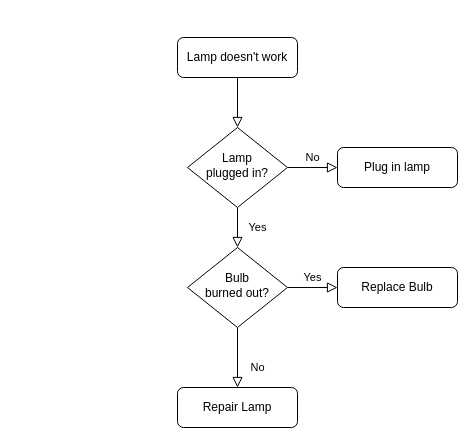
This is Untitled Diagram.drawio from saarashikeben/Saaran-omat-harjoitukset, a draw.io file, before an edit. Source tidied: cells renumbered, new cells numbered last; positions are measured from the earlier drawing's top-left corner, leaving out a move shared by most shapes. Both pictures are drawn from the tidied source at 100%, with x=0, y=0 at pixel (177, 37).
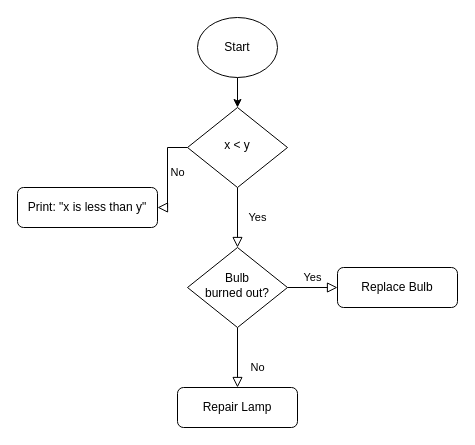
The same page after the edit.

The edit, as a diff of the source:
```diff
@@
 <mxGraphModel>
   <root>
     <mxCell id="0" />
     <mxCell id="1" parent="0" />
-    <mxCell id="2" style="rounded=0;html=1;jettySize=auto;fontSize=11;endArrow=block;endFill=0;endSize=8;strokeWidth=1;shadow=0;labelBackgroundColor=none;edgeStyle=orthogonalEdgeStyle;" parent="1" edge="1" source="3" target="6">
-      <mxGeometry relative="1" as="geometry" />
-    </mxCell>
-    <mxCell id="3" value="Lamp doesn't work" style="rounded=1;whiteSpace=wrap;html=1;fontSize=12;glass=0;strokeWidth=1;shadow=0;" parent="1" vertex="1">
-      <mxGeometry width="120" height="40" as="geometry" />
-    </mxCell>
     <mxCell id="4" value="Yes" style="rounded=0;html=1;jettySize=auto;fontSize=11;endArrow=block;endFill=0;endSize=8;strokeWidth=1;shadow=0;labelBackgroundColor=none;edgeStyle=orthogonalEdgeStyle;" parent="1" edge="1" source="6" target="10">
       <mxGeometry y="20" relative="1" as="geometry" />
     </mxCell>
     <mxCell id="5" value="No" style="edgeStyle=orthogonalEdgeStyle;rounded=0;html=1;jettySize=auto;fontSize=11;endArrow=block;endFill=0;endSize=8;strokeWidth=1;shadow=0;labelBackgroundColor=none;" parent="1" edge="1" source="6" target="7">
       <mxGeometry y="10" relative="1" as="geometry" />
     </mxCell>
-    <mxCell id="6" value="Lamp&lt;br&gt;plugged in?" style="rhombus;whiteSpace=wrap;html=1;shadow=0;fontFamily=Helvetica;fontSize=12;align=center;strokeWidth=1;spacing=6;spacingTop=-4;" parent="1" vertex="1">
-      <mxGeometry x="10" y="90" width="100" height="80" as="geometry" />
+    <mxCell id="6" value="x &amp;lt; y" style="rhombus;whiteSpace=wrap;html=1;shadow=0;fontFamily=Helvetica;fontSize=12;align=center;strokeWidth=1;spacing=6;spacingTop=-4;" parent="1" vertex="1">
+      <mxGeometry x="10" y="70" width="100" height="80" as="geometry" />
     </mxCell>
-    <mxCell id="7" value="Plug in lamp" style="rounded=1;whiteSpace=wrap;html=1;fontSize=12;glass=0;strokeWidth=1;shadow=0;" parent="1" vertex="1">
-      <mxGeometry x="160" y="110" width="120" height="40" as="geometry" />
+    <mxCell id="7" value="Print: &quot;x is less than y&quot;" style="rounded=1;whiteSpace=wrap;html=1;fontSize=12;glass=0;strokeWidth=1;shadow=0;" parent="1" vertex="1">
+      <mxGeometry x="-160" y="150" width="140" height="40" as="geometry" />
     </mxCell>
     <mxCell id="8" value="No" style="rounded=0;html=1;jettySize=auto;fontSize=11;endArrow=block;endFill=0;endSize=8;strokeWidth=1;shadow=0;labelBackgroundColor=none;edgeStyle=orthogonalEdgeStyle;" parent="1" edge="1" source="10" target="11">
       <mxGeometry x="0.33" y="20" relative="1" as="geometry" />
     </mxCell>
     <mxCell id="9" value="Yes" style="edgeStyle=orthogonalEdgeStyle;rounded=0;html=1;jettySize=auto;fontSize=11;endArrow=block;endFill=0;endSize=8;strokeWidth=1;shadow=0;labelBackgroundColor=none;" parent="1" edge="1" source="10" target="12">
       <mxGeometry y="10" relative="1" as="geometry" />
     </mxCell>
     <mxCell id="10" value="Bulb&lt;br&gt;burned out?" style="rhombus;whiteSpace=wrap;html=1;shadow=0;fontFamily=Helvetica;fontSize=12;align=center;strokeWidth=1;spacing=6;spacingTop=-4;" parent="1" vertex="1">
       <mxGeometry x="10" y="210" width="100" height="80" as="geometry" />
     </mxCell>
     <mxCell id="11" value="Repair Lamp" style="rounded=1;whiteSpace=wrap;html=1;fontSize=12;glass=0;strokeWidth=1;shadow=0;" parent="1" vertex="1">
       <mxGeometry y="350" width="120" height="40" as="geometry" />
     </mxCell>
     <mxCell id="12" value="Replace Bulb" style="rounded=1;whiteSpace=wrap;html=1;fontSize=12;glass=0;strokeWidth=1;shadow=0;" parent="1" vertex="1">
       <mxGeometry x="160" y="230" width="120" height="40" as="geometry" />
     </mxCell>
+    <mxCell id="13" style="edgeStyle=orthogonalEdgeStyle;rounded=0;jettySize=auto;html=1;" parent="1" edge="1" source="14" target="6">
+      <mxGeometry relative="1" as="geometry" />
+    </mxCell>
+    <mxCell id="14" value="Start" style="ellipse;whiteSpace=wrap;html=1;" parent="1" vertex="1">
+      <mxGeometry x="20" y="-20" width="80" height="60" as="geometry" />
+    </mxCell>
   </root>
 </mxGraphModel>
```
